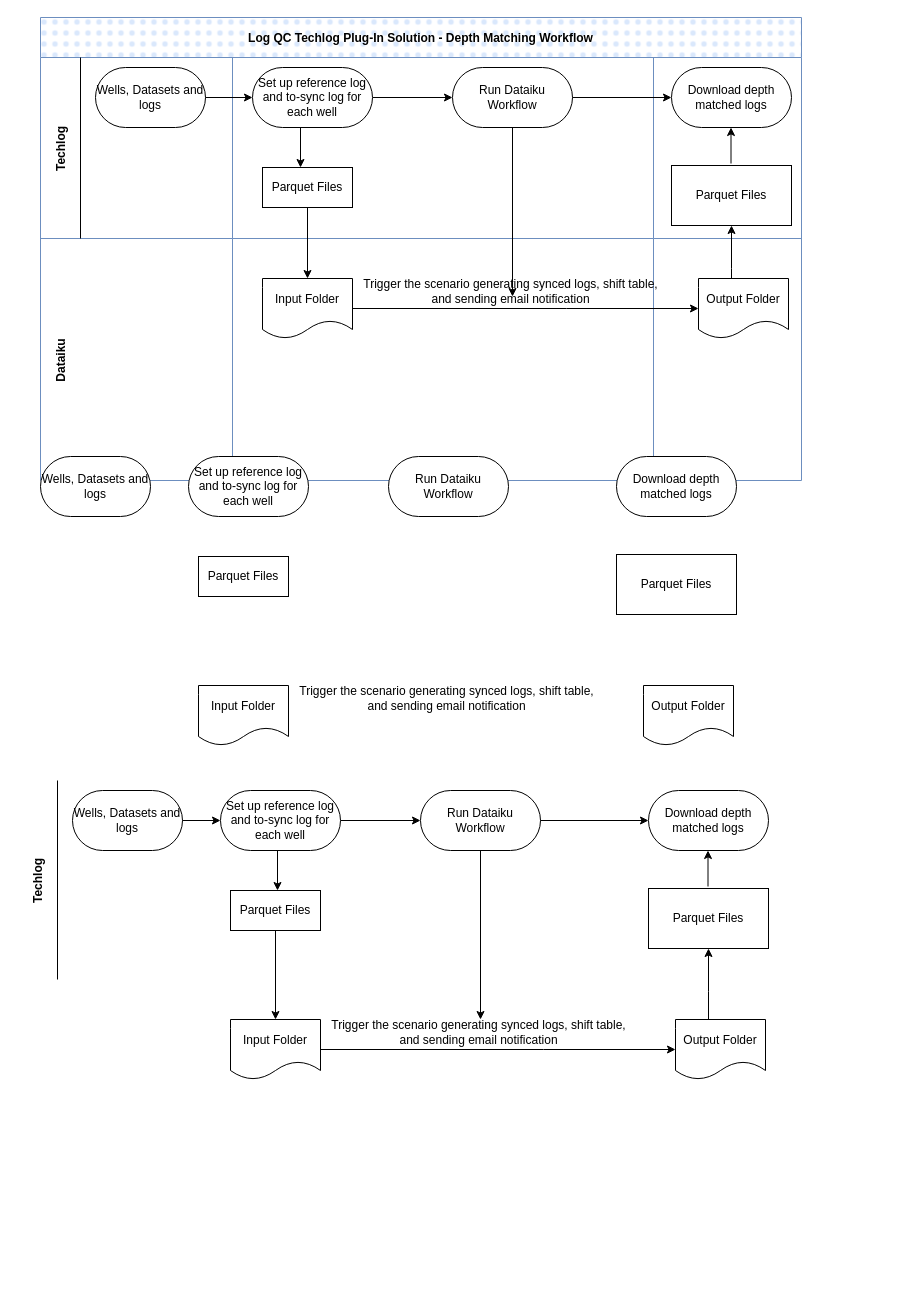
hellobinrui/dec-5 keeps this draw.io diagram as page "Copy of Page-1" (2 of 4) of Untitled Diagram.drawio. Above is the earlier version. Source tidied: cells renumbered, new cells numbered last; positions are measured from the earlier drawing's top-left corner, leaving out a move shared by most shapes. Both pictures are drawn from the tidied source at 100%, with x=0, y=0 at pixel (17, 17).
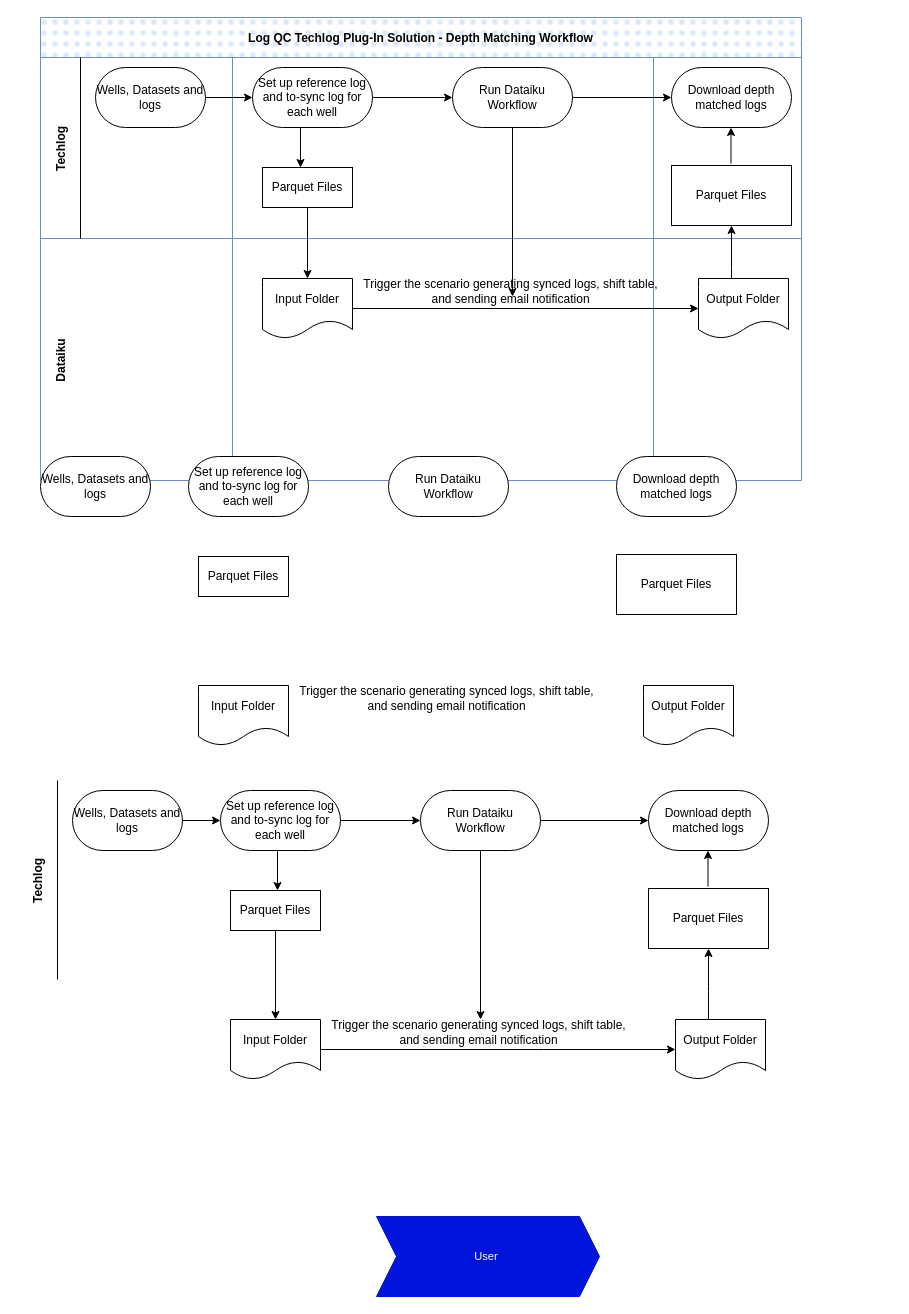
The same page after the edit.

Diff of the diagram source:
```diff
@@
+    <mxCell id="61" value="User&amp;nbsp;" style="shape=step;perimeter=stepPerimeter;whiteSpace=wrap;html=1;fixedSize=1;shadow=0;glass=0;labelBackgroundColor=#0014DB;sketch=0;fillStyle=solid;strokeColor=#0014DB;strokeWidth=1;fontSize=11;fontColor=#FFFFFF;fillColor=#0014DB;" parent="1" vertex="1">
+      <mxGeometry x="359" y="1199" width="223" height="80" as="geometry" />
+    </mxCell>
```
